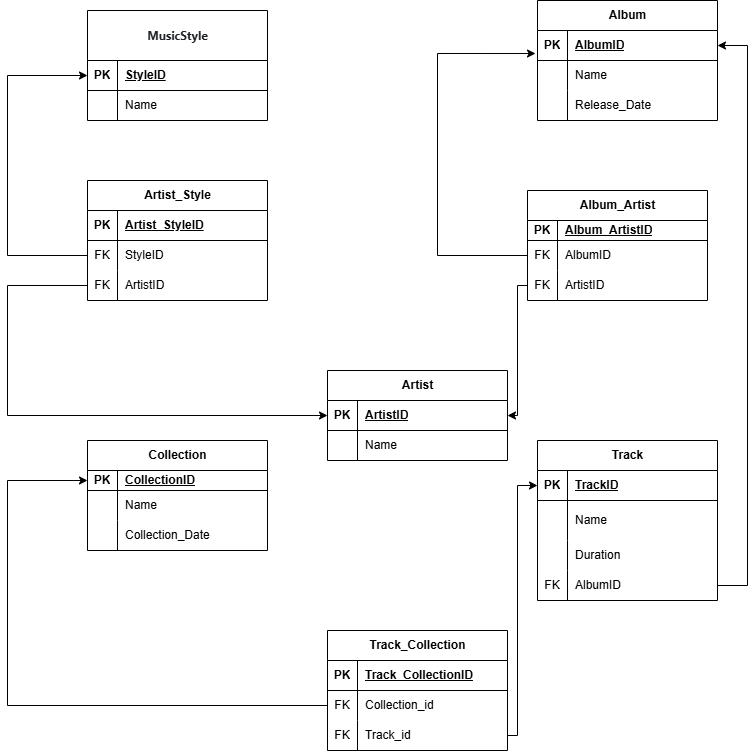
Maxick72/DB_for_python keeps this draw.io diagram as Задание_№2.png. Above is the earlier version. Source tidied: cells renumbered, new cells last; positions are measured from the earlier drawing's top-left corner, leaving out a move shared by most shapes.
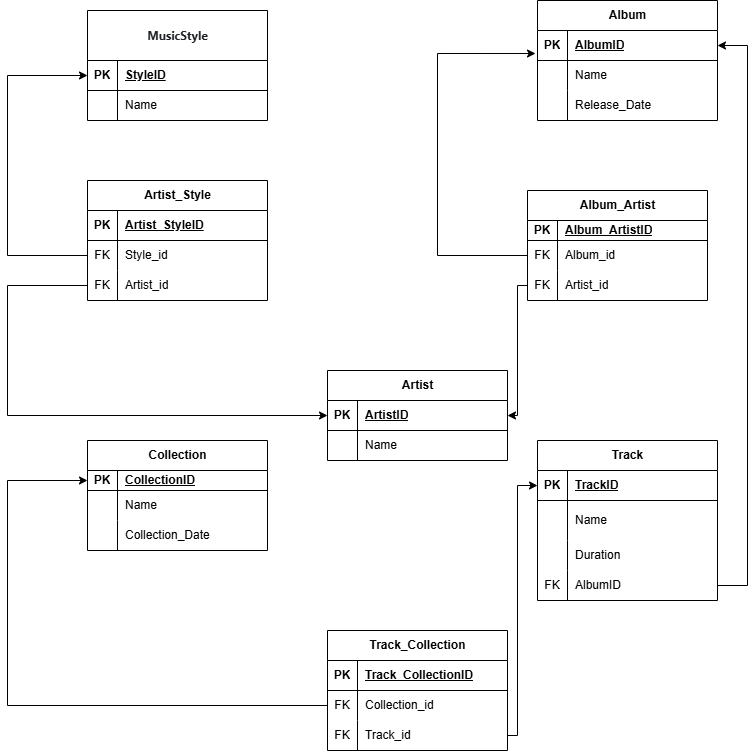
The same file after the commit.

The edit, as a diff of the source:
```diff
@@ -161,7 +161,7 @@
     <mxCell id="54" value="FK" style="shape=partialRectangle;fillColor=none;top=0;left=0;bottom=0;right=0;overflow=hidden;whiteSpace=wrap;html=1;" parent="53" vertex="1">
       <mxGeometry width="30" height="30" as="geometry" />
     </mxCell>
-    <mxCell id="55" value="StyleID&amp;nbsp;" style="shape=partialRectangle;fillColor=none;top=0;left=0;bottom=0;right=0;align=left;spacingLeft=6;overflow=hidden;whiteSpace=wrap;html=1;" parent="53" vertex="1">
+    <mxCell id="55" value="Style_id" style="shape=partialRectangle;fillColor=none;top=0;left=0;bottom=0;right=0;align=left;spacingLeft=6;overflow=hidden;whiteSpace=wrap;html=1;" parent="53" vertex="1">
       <mxGeometry x="30" width="150" height="30" as="geometry" />
     </mxCell>
     <mxCell id="56" style="shape=tableRow;horizontal=0;startSize=0;swimlaneHead=0;swimlaneBody=0;fillColor=none;points=[[0,0.5],[1,0.5]];portConstraint=eastwest;top=0;left=0;right=0;bottom=0;" parent="49" vertex="1">
@@ -170,7 +170,7 @@
     <mxCell id="57" value="FK" style="shape=partialRectangle;fillColor=none;top=0;left=0;bottom=0;right=0;overflow=hidden;whiteSpace=wrap;html=1;" parent="56" vertex="1">
       <mxGeometry width="30" height="30" as="geometry" />
     </mxCell>
-    <mxCell id="58" value="ArtistID" style="shape=partialRectangle;fillColor=none;top=0;left=0;bottom=0;right=0;align=left;spacingLeft=6;overflow=hidden;whiteSpace=wrap;html=1;" parent="56" vertex="1">
+    <mxCell id="58" value="Artist_id" style="shape=partialRectangle;fillColor=none;top=0;left=0;bottom=0;right=0;align=left;spacingLeft=6;overflow=hidden;whiteSpace=wrap;html=1;" parent="56" vertex="1">
       <mxGeometry x="30" width="150" height="30" as="geometry" />
     </mxCell>
     <mxCell id="59" value="Album_Artist" style="shape=table;startSize=30;rowLines=0;fontStyle=1;align=center;html=1;" parent="1" vertex="1">
@@ -191,7 +191,7 @@
     <mxCell id="64" value="FK" style="shape=partialRectangle;fillColor=none;top=0;left=0;bottom=0;right=0;overflow=hidden;whiteSpace=wrap;html=1;" parent="63" vertex="1">
       <mxGeometry width="30" height="30" as="geometry" />
     </mxCell>
-    <mxCell id="65" value="AlbumID" style="shape=partialRectangle;fillColor=none;top=0;left=0;bottom=0;right=0;align=left;spacingLeft=6;overflow=hidden;whiteSpace=wrap;html=1;" parent="63" vertex="1">
+    <mxCell id="65" value="Album_id" style="shape=partialRectangle;fillColor=none;top=0;left=0;bottom=0;right=0;align=left;spacingLeft=6;overflow=hidden;whiteSpace=wrap;html=1;" parent="63" vertex="1">
       <mxGeometry x="30" width="150" height="30" as="geometry" />
     </mxCell>
     <mxCell id="66" style="shape=tableRow;horizontal=0;startSize=0;swimlaneHead=0;swimlaneBody=0;fillColor=none;points=[[0,0.5],[1,0.5]];portConstraint=eastwest;top=0;left=0;right=0;bottom=0;" parent="59" vertex="1">
@@ -200,7 +200,7 @@
     <mxCell id="67" value="FK" style="shape=partialRectangle;fillColor=none;top=0;left=0;bottom=0;right=0;overflow=hidden;whiteSpace=wrap;html=1;" parent="66" vertex="1">
       <mxGeometry width="30" height="30" as="geometry" />
     </mxCell>
-    <mxCell id="68" value="ArtistID" style="shape=partialRectangle;fillColor=none;top=0;left=0;bottom=0;right=0;align=left;spacingLeft=6;overflow=hidden;whiteSpace=wrap;html=1;" parent="66" vertex="1">
+    <mxCell id="68" value="Artist_id" style="shape=partialRectangle;fillColor=none;top=0;left=0;bottom=0;right=0;align=left;spacingLeft=6;overflow=hidden;whiteSpace=wrap;html=1;" parent="66" vertex="1">
       <mxGeometry x="30" width="150" height="30" as="geometry" />
     </mxCell>
     <mxCell id="69" style="edgeStyle=orthogonalEdgeStyle;rounded=0;jettySize=auto;html=1;entryX=0;entryY=0.5;entryDx=0;entryDy=0;exitX=0;exitY=0.5;exitDx=0;exitDy=0;" parent="1" edge="1" source="53" target="3">
```
